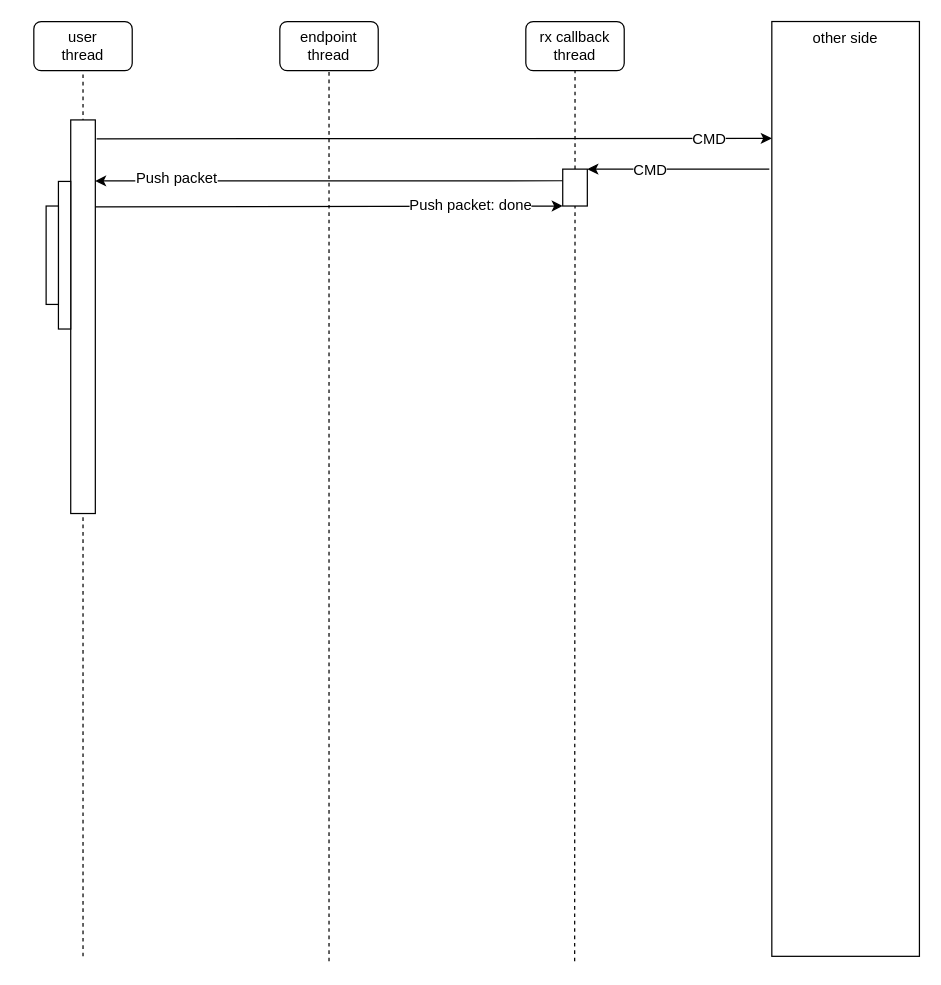
doki-nordic/draw.io keeps this draw.io diagram as No memory copy concept.drawio. Above is the earlier version. Source tidied: cells renumbered, new cells numbered last; positions are measured from the earlier drawing's top-left corner, leaving out a move shared by most shapes. Both pictures are drawn from the tidied source at 123%, with x=0, y=0 at pixel (33, 21).
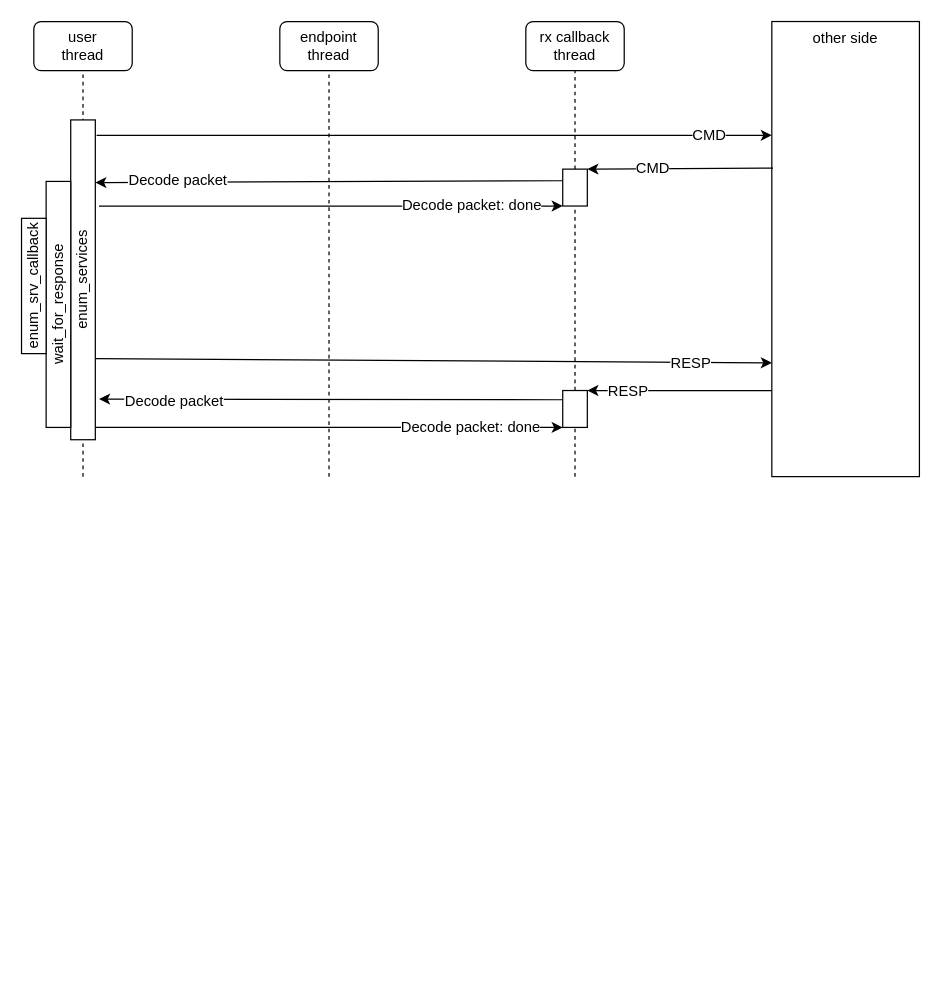
The same diagram, later.

The change refers to these unchanged cells:
```xml
<mxCell id="2" value="user&lt;br&gt;thread" style="rounded=1;whiteSpace=wrap;html=1;" parent="1" vertex="1">
  <mxGeometry width="80" height="40" as="geometry" />
</mxCell>
<mxCell id="3" value="endpoint&lt;br&gt;thread" style="rounded=1;whiteSpace=wrap;html=1;" parent="1" vertex="1">
  <mxGeometry x="200" width="80" height="40" as="geometry" />
</mxCell>
<mxCell id="14" style="rounded=0;whiteSpace=wrap;html=1;" parent="1" vertex="1">
  <mxGeometry x="430" y="120" width="20" height="30" as="geometry" />
</mxCell>
```

Change to the diagram source:
```diff
@@
+    <mxCell id="22" style="edgeStyle=none;rounded=0;jettySize=auto;html=1;entryX=1;entryY=0;entryDx=0;entryDy=0;exitX=0;exitY=0.811;exitDx=0;exitDy=0;exitPerimeter=0;" parent="1" edge="1" source="5" target="28">
+      <mxGeometry relative="1" as="geometry" />
+    </mxCell>
+    <mxCell id="23" value="RESP" style="text;html=1;align=center;verticalAlign=middle;labelBackgroundColor=#ffffff;" parent="22" vertex="1">
+      <mxGeometry x="0.57" relative="1" as="geometry" />
+    </mxCell>
     <mxCell id="5" value="other side" style="rounded=0;whiteSpace=wrap;html=1;verticalAlign=top;" parent="1" vertex="1">
-      <mxGeometry x="600" width="120" height="760" as="geometry" />
+      <mxGeometry x="600" width="120" height="370" as="geometry" />
     </mxCell>
     <mxCell id="6" style="endArrow=none;dashed=1;html=1;entryX=0.5;entryY=1;entryDx=0;entryDy=0;" parent="1" edge="1" target="2">
       <mxGeometry relative="1" as="geometry">
-        <mxPoint x="40" y="760" as="sourcePoint" />
+        <mxPoint x="40" y="370" as="sourcePoint" />
       </mxGeometry>
     </mxCell>
     <mxCell id="7" style="endArrow=none;dashed=1;html=1;entryX=0.5;entryY=1;entryDx=0;entryDy=0;" parent="1" edge="1" target="3">
       <mxGeometry relative="1" as="geometry">
-        <mxPoint x="240" y="764.1" as="sourcePoint" />
+        <mxPoint x="240" y="370" as="sourcePoint" />
       </mxGeometry>
     </mxCell>
@@
+    <mxCell id="24" style="rounded=0;jettySize=auto;html=1;entryX=0;entryY=0.75;entryDx=0;entryDy=0;" parent="1" edge="1" target="5">
+      <mxGeometry relative="1" as="geometry">
+        <mxPoint x="50" y="274" as="sourcePoint" />
+      </mxGeometry>
+    </mxCell>
+    <mxCell id="25" value="RESP" style="text;html=1;align=center;verticalAlign=middle;labelBackgroundColor=#ffffff;" parent="24" vertex="1">
+      <mxGeometry x="0.76" relative="1" as="geometry" />
+    </mxCell>
-    <mxCell id="9" style="rounded=0;whiteSpace=wrap;html=1;" parent="1" vertex="1">
-      <mxGeometry x="30" y="80" width="20" height="320" as="geometry" />
+    <mxCell id="9" value="enum_services" style="rounded=0;whiteSpace=wrap;html=1;horizontal=0;" parent="1" vertex="1">
+      <mxGeometry x="30" y="80" width="20" height="260" as="geometry" />
     </mxCell>
-    <mxCell id="10" style="endArrow=classic;html=1;exitX=1.053;exitY=0.048;exitDx=0;exitDy=0;exitPerimeter=0;entryX=0;entryY=0.125;entryDx=0;entryDy=0;entryPerimeter=0;" parent="1" edge="1" source="9" target="5">
+    <mxCell id="10" style="endArrow=classic;html=1;exitX=1.053;exitY=0.048;exitDx=0;exitDy=0;exitPerimeter=0;entryX=0;entryY=0.25;entryDx=0;entryDy=0;" parent="1" edge="1" source="9" target="5">
       <mxGeometry relative="1" as="geometry" />
     </mxCell>
@@
-    <mxCell id="12" style="endArrow=classic;html=1;entryX=1;entryY=0;entryDx=0;entryDy=0;exitX=-0.017;exitY=0.158;exitDx=0;exitDy=0;exitPerimeter=0;" parent="1" edge="1" source="5" target="14">
+    <mxCell id="12" style="endArrow=classic;html=1;entryX=1;entryY=0;entryDx=0;entryDy=0;exitX=0.008;exitY=0.322;exitDx=0;exitDy=0;exitPerimeter=0;" parent="1" edge="1" source="5" target="14">
       <mxGeometry relative="1" as="geometry" />
     </mxCell>
@@
-    <mxCell id="15" style="endArrow=none;dashed=1;html=1;entryX=0.5;entryY=1;entryDx=0;entryDy=0;" parent="1" edge="1" target="14">
-      <mxGeometry relative="1" as="geometry">
-        <mxPoint x="439.7" y="764.1" as="sourcePoint" />
-      </mxGeometry>
+    <mxCell id="15" style="endArrow=none;dashed=1;html=1;entryX=0.5;entryY=1;entryDx=0;entryDy=0;" parent="1" edge="1" source="28" target="14">
+      <mxGeometry relative="1" as="geometry" />
     </mxCell>
-    <mxCell id="16" style="endArrow=classic;html=1;exitX=-0.003;exitY=0.315;exitDx=0;exitDy=0;exitPerimeter=0;entryX=0.991;entryY=0.155;entryDx=0;entryDy=0;entryPerimeter=0;" parent="1" edge="1" source="14" target="9">
+    <mxCell id="16" style="endArrow=classic;html=1;exitX=-0.003;exitY=0.315;exitDx=0;exitDy=0;exitPerimeter=0;entryX=1;entryY=0.196;entryDx=0;entryDy=0;entryPerimeter=0;" parent="1" edge="1" source="14" target="9">
       <mxGeometry relative="1" as="geometry" />
     </mxCell>
-    <mxCell id="17" value="Push packet" style="text;html=1;align=center;verticalAlign=middle;labelBackgroundColor=#ffffff;" parent="16" vertex="1">
+    <mxCell id="17" value="Decode packet" style="text;html=1;align=center;verticalAlign=middle;labelBackgroundColor=#ffffff;" parent="16" vertex="1">
       <mxGeometry x="0.65" y="-2" relative="1" as="geometry" />
     </mxCell>
-    <mxCell id="18" style="rounded=0;whiteSpace=wrap;html=1;" parent="1" vertex="1">
-      <mxGeometry x="20" y="130" width="10" height="120" as="geometry" />
+    <mxCell id="18" value="wait_for_response" style="rounded=0;whiteSpace=wrap;html=1;horizontal=0;" parent="1" vertex="1">
+      <mxGeometry x="10" y="130" width="20" height="200" as="geometry" />
     </mxCell>
-    <mxCell id="19" style="endArrow=classic;html=1;entryX=0;entryY=1;entryDx=0;entryDy=0;exitX=1.002;exitY=0.221;exitDx=0;exitDy=0;exitPerimeter=0;" parent="1" edge="1" source="9" target="14">
-      <mxGeometry relative="1" as="geometry" />
+    <mxCell id="19" style="endArrow=classic;html=1;entryX=0;entryY=1;entryDx=0;entryDy=0;" parent="1" edge="1" target="14">
+      <mxGeometry relative="1" as="geometry">
+        <mxPoint x="53" y="150" as="sourcePoint" />
+      </mxGeometry>
     </mxCell>
-    <mxCell id="20" value="Push packet: done" style="text;html=1;align=center;verticalAlign=middle;labelBackgroundColor=#ffffff;" parent="19" vertex="1">
+    <mxCell id="20" value="Decode packet: done" style="text;html=1;align=center;verticalAlign=middle;labelBackgroundColor=#ffffff;" parent="19" vertex="1">
       <mxGeometry x="0.6" y="1" relative="1" as="geometry" />
     </mxCell>
-    <mxCell id="21" style="rounded=0;whiteSpace=wrap;html=1;" parent="1" vertex="1">
-      <mxGeometry x="10" y="150" width="10" height="80" as="geometry" />
+    <mxCell id="21" value="enum_srv_callback" style="rounded=0;whiteSpace=wrap;html=1;horizontal=0;" parent="1" vertex="1">
+      <mxGeometry x="-10" y="160" width="20" height="110" as="geometry" />
     </mxCell>
+    <mxCell id="26" style="edgeStyle=none;rounded=0;jettySize=auto;html=1;exitX=0;exitY=0.25;exitDx=0;exitDy=0;entryX=1.15;entryY=0.873;entryDx=0;entryDy=0;entryPerimeter=0;" parent="1" edge="1" source="28" target="9">
+      <mxGeometry relative="1" as="geometry" />
+    </mxCell>
+    <mxCell id="27" value="Decode packet" style="text;html=1;align=center;verticalAlign=middle;labelBackgroundColor=#ffffff;" parent="26" vertex="1">
+      <mxGeometry x="0.81" y="1" relative="1" as="geometry">
+        <mxPoint x="24.1" as="offset" />
+      </mxGeometry>
+    </mxCell>
+    <mxCell id="28" style="rounded=0;whiteSpace=wrap;html=1;" parent="1" vertex="1">
+      <mxGeometry x="430" y="300" width="20" height="30" as="geometry" />
+    </mxCell>
+    <mxCell id="29" style="endArrow=none;dashed=1;html=1;entryX=0.5;entryY=1;entryDx=0;entryDy=0;" parent="1" edge="1" target="28">
+      <mxGeometry relative="1" as="geometry">
+        <mxPoint x="440" y="370" as="sourcePoint" />
+      </mxGeometry>
+    </mxCell>
+    <mxCell id="30" style="endArrow=classic;html=1;entryX=0;entryY=1;entryDx=0;entryDy=0;" parent="1" edge="1" target="28">
+      <mxGeometry relative="1" as="geometry">
+        <mxPoint x="50" y="330" as="sourcePoint" />
+      </mxGeometry>
+    </mxCell>
+    <mxCell id="31" value="Decode packet: done" style="text;html=1;align=center;verticalAlign=middle;labelBackgroundColor=#ffffff;" parent="30" vertex="1">
+      <mxGeometry x="0.6" y="1" relative="1" as="geometry" />
+    </mxCell>
```
